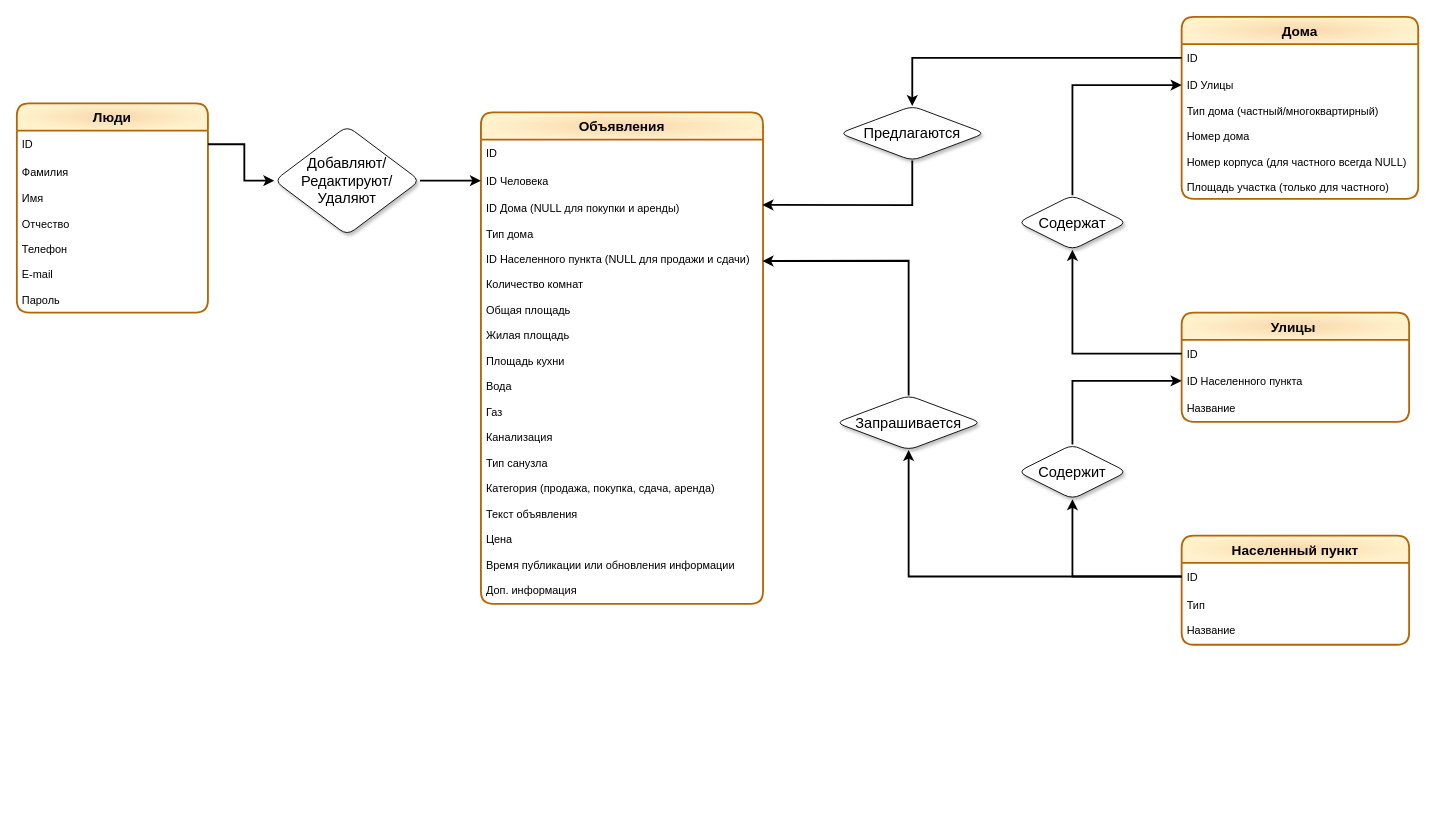
Above: DB_ERmodel.drawio in SergNov-9183/SQL_Project (draw.io), before the change. Source tidied: cells renumbered, new cells numbered last; positions are measured from the earlier drawing's top-left corner, leaving out a move shared by most shapes. Both pictures are drawn from the tidied source at 91%, with x=0, y=0 at pixel (16, 16).
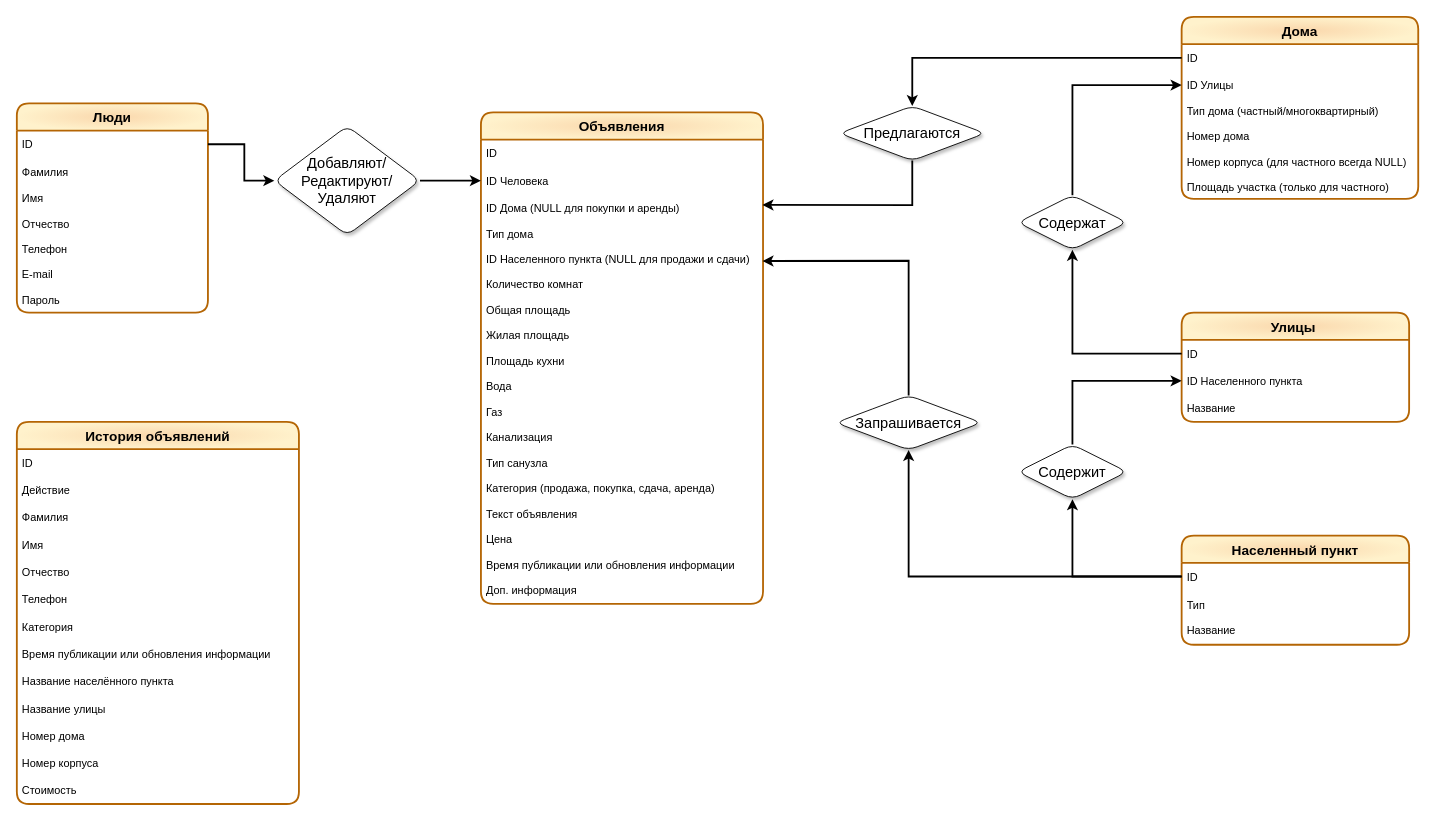
After the change.

Commit message (it also covers changes not shown here):
History_tables added

What changed in the source:
```diff
@@
+    <mxCell id="37" value="История объявлений" style="swimlane;fontStyle=1;horizontal=1;startSize=30;swimlaneFillColor=default;rounded=1;fillColor=#fad7ac;strokeColor=#b46504;strokeWidth=2;gradientDirection=radial;gradientColor=#FFF2CC;sketch=0;verticalAlign=middle;align=center;labelPosition=center;verticalLabelPosition=middle;labelBorderColor=none;fontSize=15;" parent="1" vertex="1">
+      <mxGeometry y="445" width="310" height="420" as="geometry" />
+    </mxCell>
+    <mxCell id="38" value="ID" style="text;strokeColor=none;fillColor=none;align=left;verticalAlign=middle;spacingLeft=4;spacingRight=4;overflow=hidden;" parent="37" vertex="1">
+      <mxGeometry y="30" width="310" height="30" as="geometry" />
+    </mxCell>
+    <mxCell id="39" value="Действие" style="text;strokeColor=none;fillColor=none;align=left;verticalAlign=middle;spacingLeft=4;spacingRight=4;overflow=hidden;" parent="37" vertex="1">
+      <mxGeometry y="60" width="310" height="30" as="geometry" />
+    </mxCell>
+    <mxCell id="40" value="Фамилия" style="text;strokeColor=none;fillColor=none;align=left;verticalAlign=middle;spacingLeft=4;spacingRight=4;overflow=hidden;" parent="37" vertex="1">
+      <mxGeometry y="90" width="310" height="30" as="geometry" />
+    </mxCell>
+    <mxCell id="41" value="Имя" style="text;strokeColor=none;fillColor=none;align=left;verticalAlign=middle;spacingLeft=4;spacingRight=4;overflow=hidden;" parent="37" vertex="1">
+      <mxGeometry y="120" width="310" height="30" as="geometry" />
+    </mxCell>
+    <mxCell id="42" value="Отчество" style="text;strokeColor=none;fillColor=none;align=left;verticalAlign=middle;spacingLeft=4;spacingRight=4;overflow=hidden;" parent="37" vertex="1">
+      <mxGeometry y="150" width="310" height="30" as="geometry" />
+    </mxCell>
+    <mxCell id="43" value="Телефон" style="text;strokeColor=none;fillColor=none;align=left;verticalAlign=middle;spacingLeft=4;spacingRight=4;overflow=hidden;" parent="37" vertex="1">
+      <mxGeometry y="180" width="310" height="30" as="geometry" />
+    </mxCell>
+    <mxCell id="44" value="Категория" style="text;strokeColor=none;fillColor=none;align=left;verticalAlign=middle;spacingLeft=4;spacingRight=4;overflow=hidden;" parent="37" vertex="1">
+      <mxGeometry y="210" width="310" height="30" as="geometry" />
+    </mxCell>
+    <mxCell id="45" value="Время публикации или обновления информации" style="text;strokeColor=none;fillColor=none;align=left;verticalAlign=middle;spacingLeft=4;spacingRight=4;overflow=hidden;" parent="37" vertex="1">
+      <mxGeometry y="240" width="310" height="30" as="geometry" />
+    </mxCell>
+    <mxCell id="46" value="Название населённого пункта" style="text;strokeColor=none;fillColor=none;align=left;verticalAlign=middle;spacingLeft=4;spacingRight=4;overflow=hidden;" parent="37" vertex="1">
+      <mxGeometry y="270" width="310" height="30" as="geometry" />
+    </mxCell>
+    <mxCell id="47" value="Название улицы" style="text;strokeColor=none;fillColor=none;align=left;verticalAlign=middle;spacingLeft=4;spacingRight=4;overflow=hidden;" parent="37" vertex="1">
+      <mxGeometry y="300" width="310" height="30" as="geometry" />
+    </mxCell>
+    <mxCell id="48" value="Номер дома" style="text;strokeColor=none;fillColor=none;align=left;verticalAlign=middle;spacingLeft=4;spacingRight=4;overflow=hidden;" parent="37" vertex="1">
+      <mxGeometry y="330" width="310" height="30" as="geometry" />
+    </mxCell>
+    <mxCell id="49" value="Номер корпуса" style="text;strokeColor=none;fillColor=none;align=left;verticalAlign=middle;spacingLeft=4;spacingRight=4;overflow=hidden;" parent="37" vertex="1">
+      <mxGeometry y="360" width="310" height="30" as="geometry" />
+    </mxCell>
+    <mxCell id="50" value="Стоимость" style="text;strokeColor=none;fillColor=none;align=left;verticalAlign=middle;spacingLeft=4;spacingRight=4;overflow=hidden;" parent="37" vertex="1">
+      <mxGeometry y="390" width="310" height="30" as="geometry" />
+    </mxCell>
```
